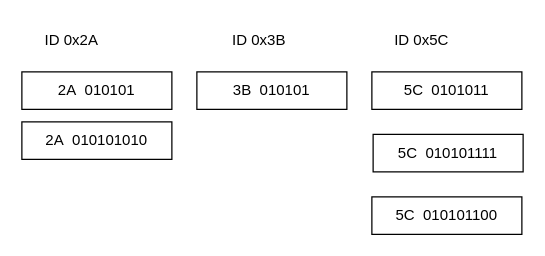
Above: Untitled Diagram.drawio in Asabeneh/30-Days-Of-Python (draw.io), before the change. Source tidied: cells renumbered, new cells numbered last; positions are measured from the earlier drawing's top-left corner, leaving out a move shared by most shapes. Both pictures are drawn from the tidied source at 125%, with x=0, y=0 at pixel (21, 21).
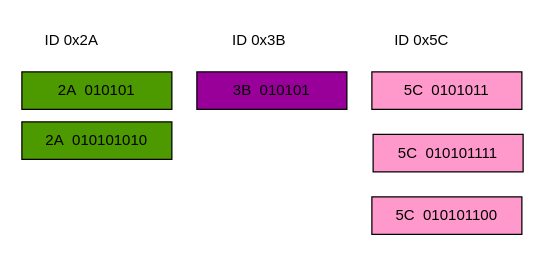
The same page after the edit.

Change to the diagram source:
```diff
@@
 <mxGraphModel>
   <root>
     <mxCell id="0" />
     <mxCell id="1" parent="0" />
     <mxCell id="2" value="ID 0x2A" style="text;html=1;strokeColor=none;fillColor=none;align=center;verticalAlign=middle;whiteSpace=wrap;rounded=0;" parent="1" vertex="1">
       <mxGeometry x="10" width="60" height="30" as="geometry" />
     </mxCell>
     <mxCell id="3" value="ID 0x5C" style="text;html=1;strokeColor=none;fillColor=none;align=center;verticalAlign=middle;whiteSpace=wrap;rounded=0;" parent="1" vertex="1">
       <mxGeometry x="290" width="60" height="30" as="geometry" />
     </mxCell>
     <mxCell id="4" value="ID 0x3B" style="text;html=1;strokeColor=none;fillColor=none;align=center;verticalAlign=middle;whiteSpace=wrap;rounded=0;" parent="1" vertex="1">
       <mxGeometry x="160" width="60" height="30" as="geometry" />
     </mxCell>
-    <mxCell id="5" value="2A&amp;nbsp; 010101" style="rounded=0;whiteSpace=wrap;html=1;" parent="1" vertex="1">
+    <mxCell id="5" value="2A&amp;nbsp; 010101" style="rounded=0;whiteSpace=wrap;html=1;fillColor=#4D9900;" parent="1" vertex="1">
       <mxGeometry y="40" width="120" height="30" as="geometry" />
     </mxCell>
-    <mxCell id="6" value="2A&amp;nbsp; 010101010" style="rounded=0;whiteSpace=wrap;html=1;" parent="1" vertex="1">
+    <mxCell id="6" value="2A&amp;nbsp; 010101010" style="rounded=0;whiteSpace=wrap;html=1;fillColor=#4D9900;" parent="1" vertex="1">
       <mxGeometry y="80" width="120" height="30" as="geometry" />
     </mxCell>
-    <mxCell id="7" value="3B&amp;nbsp; 010101" style="rounded=0;whiteSpace=wrap;html=1;" parent="1" vertex="1">
+    <mxCell id="7" value="3B&amp;nbsp; 010101" style="rounded=0;whiteSpace=wrap;html=1;fillColor=#990099;" parent="1" vertex="1">
       <mxGeometry x="140" y="40" width="120" height="30" as="geometry" />
     </mxCell>
-    <mxCell id="8" value="5C&amp;nbsp; 0101011" style="rounded=0;whiteSpace=wrap;html=1;" parent="1" vertex="1">
+    <mxCell id="8" value="5C&amp;nbsp; 0101011" style="rounded=0;whiteSpace=wrap;html=1;fillColor=#FF99CC;" parent="1" vertex="1">
       <mxGeometry x="280" y="40" width="120" height="30" as="geometry" />
     </mxCell>
-    <mxCell id="9" value="5C&amp;nbsp; 010101111" style="rounded=0;whiteSpace=wrap;html=1;" parent="1" vertex="1">
+    <mxCell id="9" value="5C&amp;nbsp; 010101111" style="rounded=0;whiteSpace=wrap;html=1;fillColor=#FF99CC;" parent="1" vertex="1">
       <mxGeometry x="281" y="90" width="120" height="30" as="geometry" />
     </mxCell>
-    <mxCell id="10" value="5C&amp;nbsp; 010101100" style="rounded=0;whiteSpace=wrap;html=1;" parent="1" vertex="1">
+    <mxCell id="10" value="5C&amp;nbsp; 010101100" style="rounded=0;whiteSpace=wrap;html=1;fillColor=#FF99CC;" parent="1" vertex="1">
       <mxGeometry x="280" y="140" width="120" height="30" as="geometry" />
     </mxCell>
   </root>
 </mxGraphModel>
```
